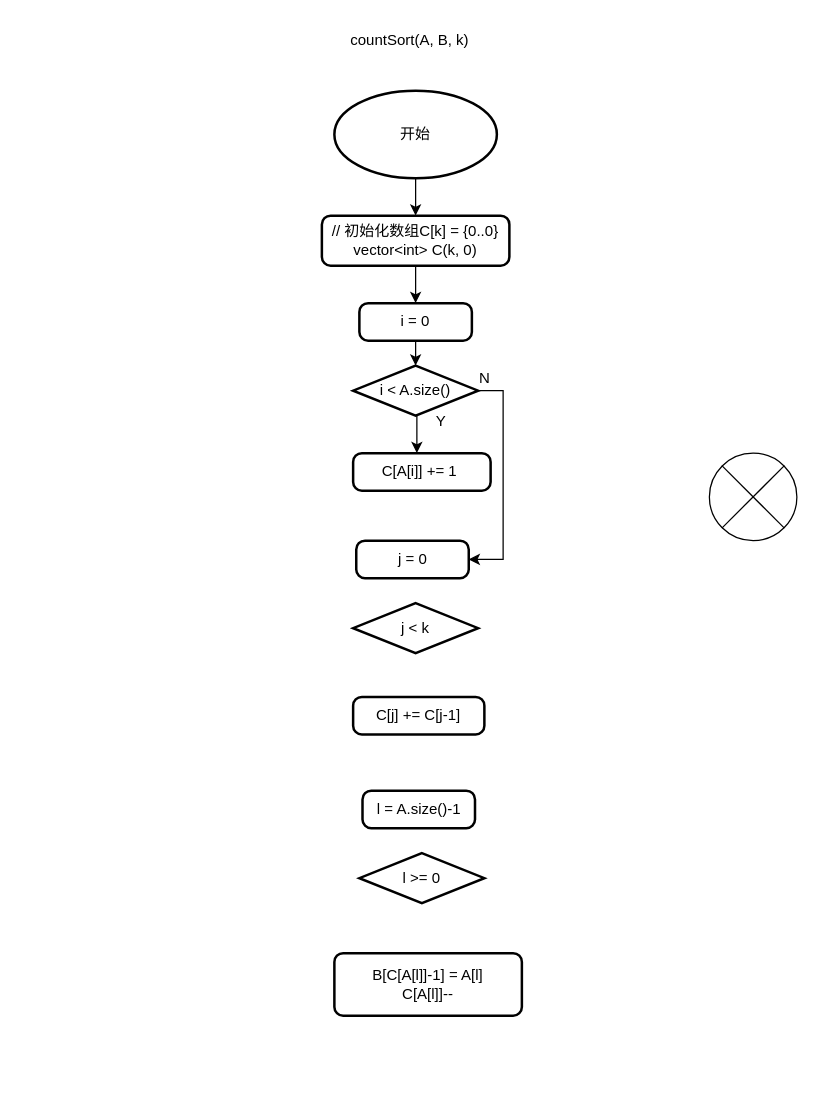
Earlier version of the draw.io diagram 未命名绘图.drawio (yindehao/draw.io_3). Source tidied: cells renumbered, new cells numbered last; positions are measured from the earlier drawing's top-left corner, leaving out a move shared by most shapes. Both pictures are drawn from the tidied source at 125%, with x=0, y=0 at pixel (321, 21).
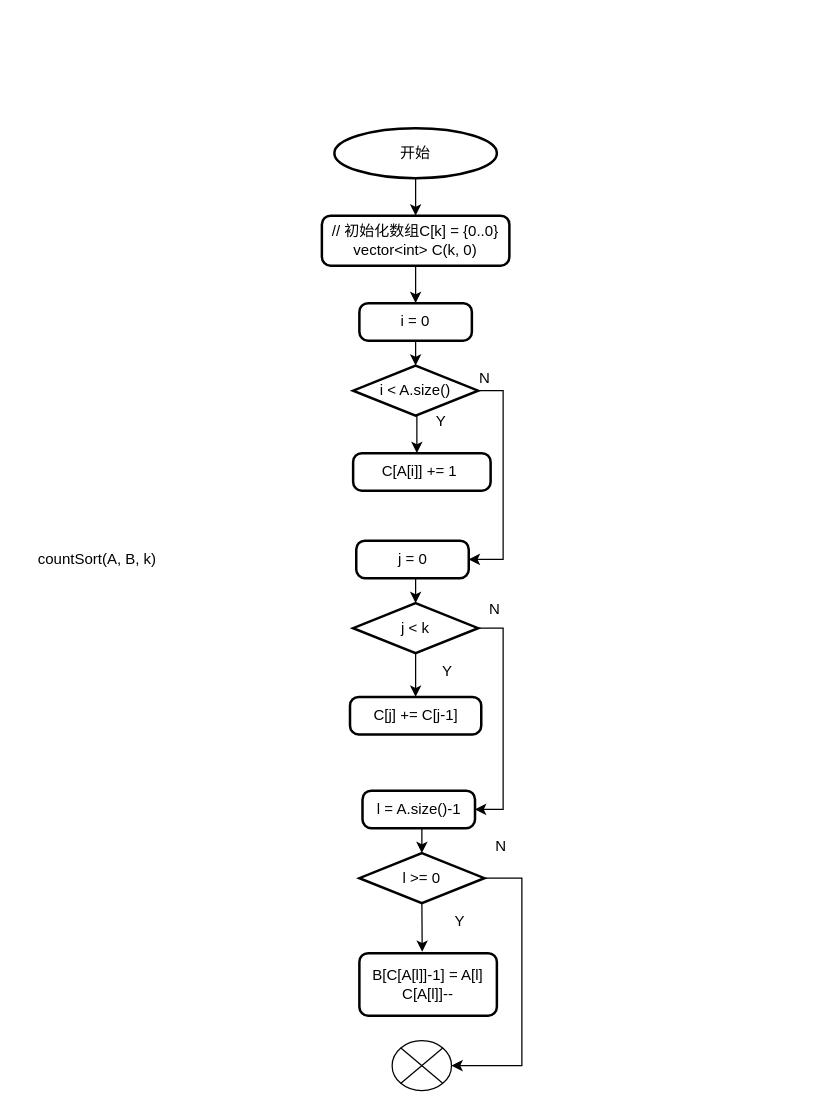
Above is the later version.

Commit message:
更新未命名绘图.drawio

Unchanged cells that the change refers to:
```xml
<mxCell id="16" value="j &amp;lt; k" style="strokeWidth=2;html=1;shape=mxgraph.flowchart.decision;whiteSpace=wrap;" parent="1" vertex="1">
  <mxGeometry x="25" y="465" width="100" height="40" as="geometry" />
</mxCell>
<mxCell id="17" value="j = 0" style="rounded=1;whiteSpace=wrap;html=1;absoluteArcSize=1;arcSize=14;strokeWidth=2;" parent="1" vertex="1">
  <mxGeometry x="27.5" y="415" width="90" height="30" as="geometry" />
</mxCell>
<mxCell id="20" value="l &amp;gt;= 0" style="strokeWidth=2;html=1;shape=mxgraph.flowchart.decision;whiteSpace=wrap;" parent="1" vertex="1">
  <mxGeometry x="30" y="665" width="100" height="40" as="geometry" />
</mxCell>
<mxCell id="21" value="l = A.size()-1" style="rounded=1;whiteSpace=wrap;html=1;absoluteArcSize=1;arcSize=14;strokeWidth=2;" parent="1" vertex="1">
  <mxGeometry x="32.5" y="615" width="90" height="30" as="geometry" />
</mxCell>
```

The edit, as a diff of the source:
```diff
@@
     <mxCell id="6" value="开始" style="strokeWidth=2;html=1;shape=mxgraph.flowchart.start_1;whiteSpace=wrap;" parent="1" vertex="1">
-      <mxGeometry x="10" y="55" width="130" height="70" as="geometry" />
+      <mxGeometry x="10" y="85" width="130" height="40" as="geometry" />
     </mxCell>
     <mxCell id="7" style="verticalLabelPosition=bottom;verticalAlign=top;html=1;shape=mxgraph.flowchart.or;" parent="1" vertex="1">
-      <mxGeometry x="310" y="345" width="70" height="70" as="geometry" />
+      <mxGeometry x="56.2" y="815" width="47.5" height="40" as="geometry" />
     </mxCell>
     <mxCell id="8" value="countSort(A, B, k)" style="text;html=1;align=center;verticalAlign=middle;strokeColor=none;fillColor=none;" parent="1" vertex="1">
-      <mxGeometry x="10" width="120" height="30" as="geometry" />
+      <mxGeometry x="-240" y="415" width="120" height="30" as="geometry" />
     </mxCell>
@@
     <mxCell id="15" value="C[j] += C[j-1]" style="rounded=1;whiteSpace=wrap;html=1;absoluteArcSize=1;arcSize=14;strokeWidth=2;" parent="1" vertex="1">
-      <mxGeometry x="25" y="540" width="105" height="30" as="geometry" />
+      <mxGeometry x="22.5" y="540" width="105" height="30" as="geometry" />
     </mxCell>
+    <mxCell id="22" style="edgeStyle=orthogonalEdgeStyle;rounded=0;jettySize=auto;html=1;exitX=0.5;exitY=1;exitDx=0;exitDy=0;exitPerimeter=0;" parent="1" edge="1" source="16" target="15">
+      <mxGeometry relative="1" as="geometry" />
+    </mxCell>
+    <mxCell id="23" style="edgeStyle=orthogonalEdgeStyle;rounded=0;jettySize=auto;html=1;exitX=1;exitY=0.5;exitDx=0;exitDy=0;exitPerimeter=0;entryX=1;entryY=0.5;entryDx=0;entryDy=0;" parent="1" edge="1" source="16" target="21">
+      <mxGeometry relative="1" as="geometry" />
+    </mxCell>
@@
+    <mxCell id="24" style="edgeStyle=orthogonalEdgeStyle;rounded=0;jettySize=auto;html=1;exitX=0.5;exitY=1;exitDx=0;exitDy=0;entryX=0.5;entryY=0;entryDx=0;entryDy=0;entryPerimeter=0;" parent="1" edge="1" source="17" target="16">
+      <mxGeometry relative="1" as="geometry" />
+    </mxCell>
@@
     <mxCell id="19" value="&lt;div&gt;B[C[A[l]]-1] = A[l]&lt;/div&gt;&lt;div&gt;C[A[l]]--&lt;/div&gt;" style="rounded=1;whiteSpace=wrap;html=1;absoluteArcSize=1;arcSize=14;strokeWidth=2;" parent="1" vertex="1">
-      <mxGeometry x="10" y="745" width="150" height="50" as="geometry" />
+      <mxGeometry x="30" y="745" width="110" height="50" as="geometry" />
     </mxCell>
+    <mxCell id="25" style="edgeStyle=orthogonalEdgeStyle;rounded=0;jettySize=auto;html=1;exitX=0.5;exitY=1;exitDx=0;exitDy=0;exitPerimeter=0;entryX=0.457;entryY=-0.021;entryDx=0;entryDy=0;entryPerimeter=0;" parent="1" edge="1" source="20" target="19">
+      <mxGeometry relative="1" as="geometry" />
+    </mxCell>
+    <mxCell id="26" style="edgeStyle=orthogonalEdgeStyle;rounded=0;jettySize=auto;html=1;exitX=1;exitY=0.5;exitDx=0;exitDy=0;exitPerimeter=0;entryX=1;entryY=0.5;entryDx=0;entryDy=0;entryPerimeter=0;" parent="1" edge="1" source="20" target="7">
+      <mxGeometry relative="1" as="geometry">
+        <Array as="points">
+          <mxPoint x="160" y="685" />
+          <mxPoint x="160" y="835" />
+        </Array>
+      </mxGeometry>
+    </mxCell>
@@
+    <mxCell id="27" style="edgeStyle=orthogonalEdgeStyle;rounded=0;jettySize=auto;html=1;exitX=0.5;exitY=1;exitDx=0;exitDy=0;entryX=0.5;entryY=0;entryDx=0;entryDy=0;entryPerimeter=0;" parent="1" edge="1" source="21" target="20">
+      <mxGeometry relative="1" as="geometry" />
+    </mxCell>
@@
+    <mxCell id="28" value="Y" style="text;html=1;align=center;verticalAlign=middle;strokeColor=none;fillColor=none;" parent="1" vertex="1">
+      <mxGeometry x="85" y="505" width="30" height="30" as="geometry" />
+    </mxCell>
+    <mxCell id="29" value="Y" style="text;html=1;align=center;verticalAlign=middle;strokeColor=none;fillColor=none;" parent="1" vertex="1">
+      <mxGeometry x="95" y="705" width="30" height="30" as="geometry" />
+    </mxCell>
+    <mxCell id="30" value="N" style="text;html=1;align=center;verticalAlign=middle;strokeColor=none;fillColor=none;" parent="1" vertex="1">
+      <mxGeometry x="122.5" y="455" width="30" height="30" as="geometry" />
+    </mxCell>
+    <mxCell id="31" value="N" style="text;html=1;align=center;verticalAlign=middle;strokeColor=none;fillColor=none;" parent="1" vertex="1">
+      <mxGeometry x="127.5" y="645" width="30" height="30" as="geometry" />
+    </mxCell>
```
